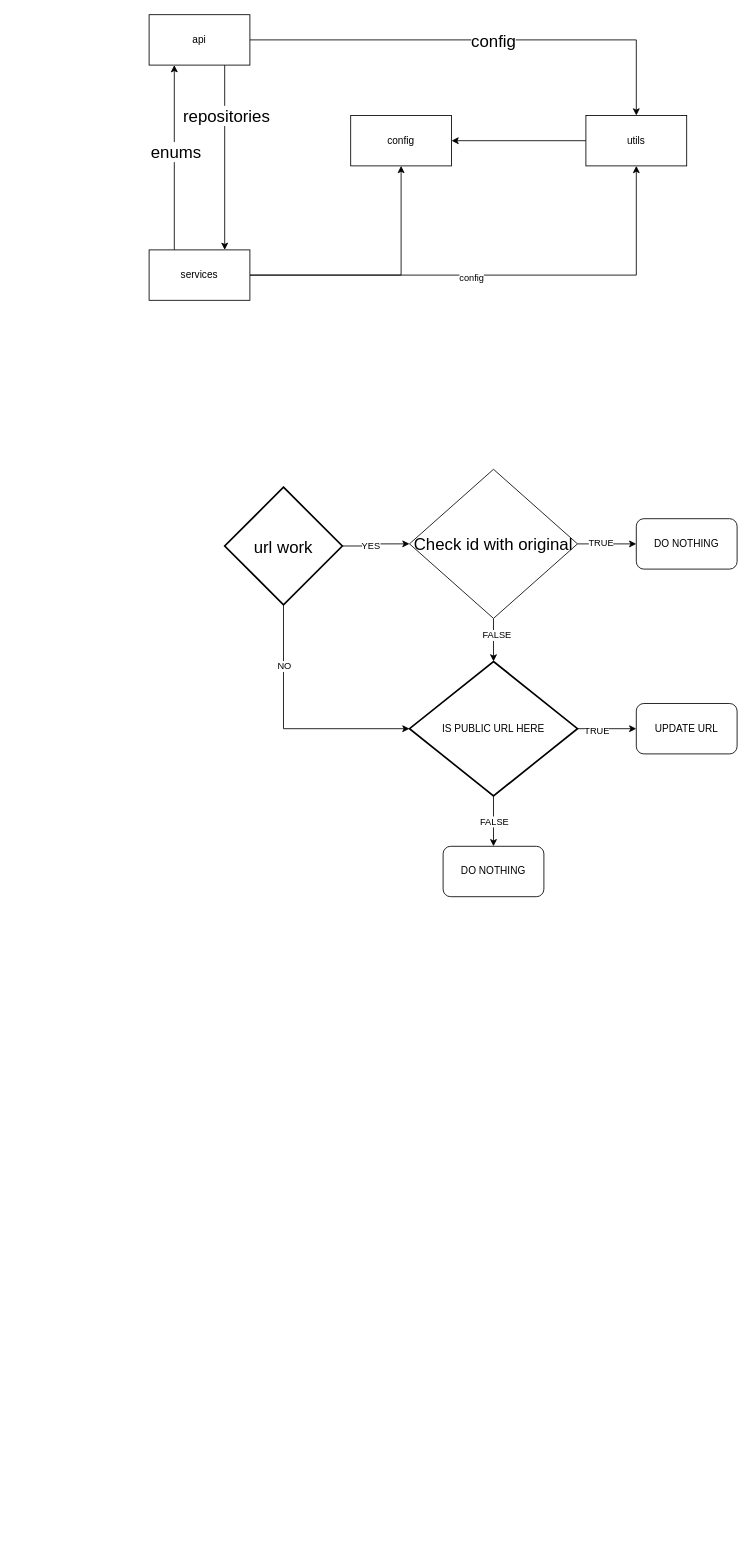
This is page "Страница 2" (2 of 2) of Диаграмма без названия.drawio from KmvRoman/Diagrams, a draw.io file, before an edit. Source tidied: cells renumbered, new cells numbered last; positions are measured from the earlier drawing's top-left corner, leaving out a move shared by most shapes. Both pictures are drawn from the tidied source at 84%, with x=0, y=0 at pixel (149, 14).
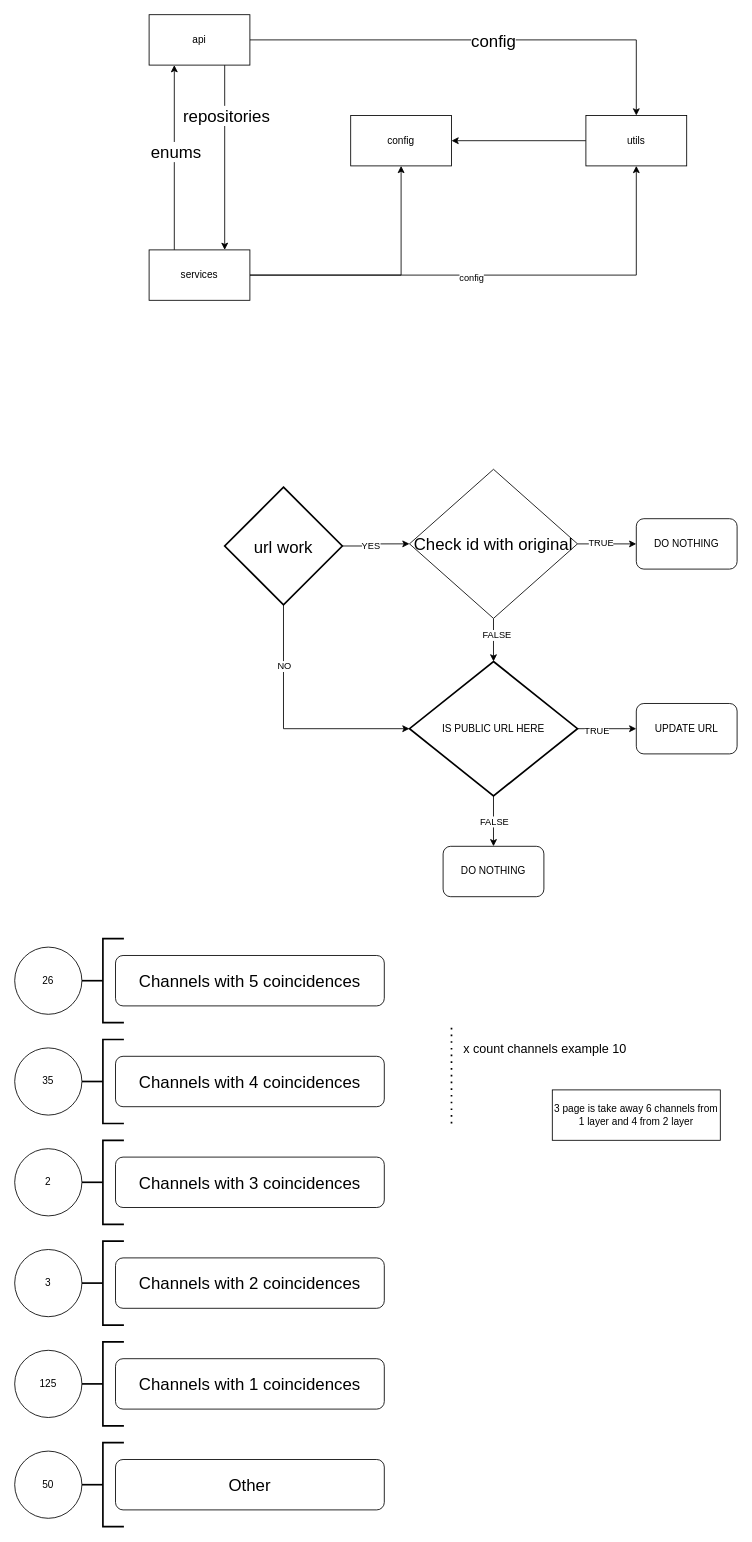
After the change.

The edit, as a diff of the source:
```diff
@@
+    <mxCell id="34" value="&lt;font style=&quot;font-size: 20px;&quot;&gt;Channels with 5&amp;nbsp;coincidences&lt;/font&gt;" style="rounded=1;whiteSpace=wrap;html=1;" parent="1" vertex="1">
+      <mxGeometry x="-40" y="1120" width="320" height="60" as="geometry" />
+    </mxCell>
+    <mxCell id="35" value="&lt;font style=&quot;font-size: 20px;&quot;&gt;Channels with 4 coincidences&lt;/font&gt;" style="rounded=1;whiteSpace=wrap;html=1;" parent="1" vertex="1">
+      <mxGeometry x="-40" y="1240" width="320" height="60" as="geometry" />
+    </mxCell>
+    <mxCell id="36" value="&lt;font style=&quot;font-size: 20px;&quot;&gt;Channels with 3 coincidences&lt;/font&gt;" style="rounded=1;whiteSpace=wrap;html=1;" parent="1" vertex="1">
+      <mxGeometry x="-40" y="1360" width="320" height="60" as="geometry" />
+    </mxCell>
+    <mxCell id="37" value="&lt;font style=&quot;font-size: 20px;&quot;&gt;Channels with 2 coincidences&lt;/font&gt;" style="rounded=1;whiteSpace=wrap;html=1;" parent="1" vertex="1">
+      <mxGeometry x="-40" y="1480" width="320" height="60" as="geometry" />
+    </mxCell>
+    <mxCell id="38" value="&lt;font style=&quot;font-size: 20px;&quot;&gt;Channels with 1 coincidences&lt;/font&gt;" style="rounded=1;whiteSpace=wrap;html=1;" parent="1" vertex="1">
+      <mxGeometry x="-40" y="1600" width="320" height="60" as="geometry" />
+    </mxCell>
+    <mxCell id="39" value="&lt;font style=&quot;font-size: 20px;&quot;&gt;Other&lt;/font&gt;" style="rounded=1;whiteSpace=wrap;html=1;" parent="1" vertex="1">
+      <mxGeometry x="-40" y="1720" width="320" height="60" as="geometry" />
+    </mxCell>
+    <mxCell id="40" style="endArrow=none;dashed=1;html=1;dashPattern=1 3;strokeWidth=2;rounded=0;" parent="1" edge="1">
+      <mxGeometry relative="1" as="geometry">
+        <mxPoint x="360" y="1320" as="sourcePoint" />
+        <mxPoint x="360" y="1200" as="targetPoint" />
+      </mxGeometry>
+    </mxCell>
+    <mxCell id="41" value="&lt;font style=&quot;font-size: 15px;&quot;&gt;x count channels example 10&lt;/font&gt;" style="edgeLabel;html=1;align=center;verticalAlign=middle;" parent="40" vertex="1">
+      <mxGeometry x="-0.05" y="1" relative="1" as="geometry">
+        <mxPoint x="111" y="-33" as="offset" />
+      </mxGeometry>
+    </mxCell>
+    <mxCell id="42" style="strokeWidth=2;html=1;shape=mxgraph.flowchart.annotation_2;align=left;labelPosition=right;" parent="1" vertex="1">
+      <mxGeometry x="-80" y="1100" width="50" height="100" as="geometry" />
+    </mxCell>
+    <mxCell id="43" style="strokeWidth=2;html=1;shape=mxgraph.flowchart.annotation_2;align=left;labelPosition=right;" parent="1" vertex="1">
+      <mxGeometry x="-80" y="1220" width="50" height="100" as="geometry" />
+    </mxCell>
+    <mxCell id="44" style="strokeWidth=2;html=1;shape=mxgraph.flowchart.annotation_2;align=left;labelPosition=right;" parent="1" vertex="1">
+      <mxGeometry x="-80" y="1340" width="50" height="100" as="geometry" />
+    </mxCell>
+    <mxCell id="45" style="strokeWidth=2;html=1;shape=mxgraph.flowchart.annotation_2;align=left;labelPosition=right;" parent="1" vertex="1">
+      <mxGeometry x="-80" y="1460" width="50" height="100" as="geometry" />
+    </mxCell>
+    <mxCell id="46" style="strokeWidth=2;html=1;shape=mxgraph.flowchart.annotation_2;align=left;labelPosition=right;" parent="1" vertex="1">
+      <mxGeometry x="-80" y="1580" width="50" height="100" as="geometry" />
+    </mxCell>
+    <mxCell id="47" style="strokeWidth=2;html=1;shape=mxgraph.flowchart.annotation_2;align=left;labelPosition=right;" parent="1" vertex="1">
+      <mxGeometry x="-80" y="1700" width="50" height="100" as="geometry" />
+    </mxCell>
+    <mxCell id="48" value="26" style="ellipse;whiteSpace=wrap;html=1;" parent="1" vertex="1">
+      <mxGeometry x="-160" y="1110" width="80" height="80" as="geometry" />
+    </mxCell>
+    <mxCell id="49" value="35" style="ellipse;whiteSpace=wrap;html=1;" parent="1" vertex="1">
+      <mxGeometry x="-160" y="1230" width="80" height="80" as="geometry" />
+    </mxCell>
+    <mxCell id="50" value="2" style="ellipse;whiteSpace=wrap;html=1;" parent="1" vertex="1">
+      <mxGeometry x="-160" y="1350" width="80" height="80" as="geometry" />
+    </mxCell>
+    <mxCell id="51" value="3" style="ellipse;whiteSpace=wrap;html=1;" parent="1" vertex="1">
+      <mxGeometry x="-160" y="1470" width="80" height="80" as="geometry" />
+    </mxCell>
+    <mxCell id="52" value="125" style="ellipse;whiteSpace=wrap;html=1;" parent="1" vertex="1">
+      <mxGeometry x="-160" y="1590" width="80" height="80" as="geometry" />
+    </mxCell>
+    <mxCell id="53" value="50" style="ellipse;whiteSpace=wrap;html=1;" parent="1" vertex="1">
+      <mxGeometry x="-160" y="1710" width="80" height="80" as="geometry" />
+    </mxCell>
+    <mxCell id="54" value="3 page is take away 6 channels from 1 layer and 4 from 2 layer" style="rounded=0;whiteSpace=wrap;html=1;" parent="1" vertex="1">
+      <mxGeometry x="480" y="1280" width="200" height="60" as="geometry" />
+    </mxCell>
```
